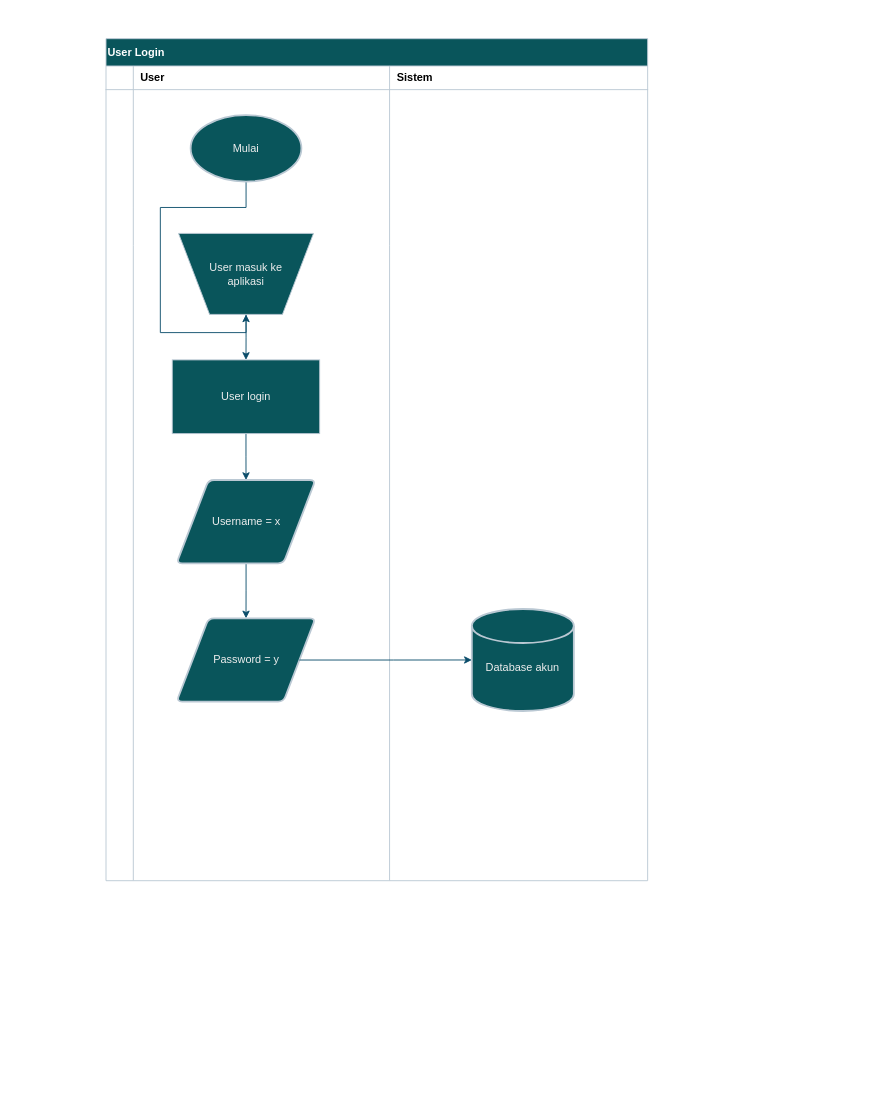
Above: loginUser.drawio in shinoaaa/drawio (draw.io), before the change. Source tidied: cells renumbered, new cells numbered last; positions are measured from the earlier drawing's top-left corner, leaving out a move shared by most shapes. Both pictures are drawn from the tidied source at 91%, with x=0, y=0 at pixel (106, 38).
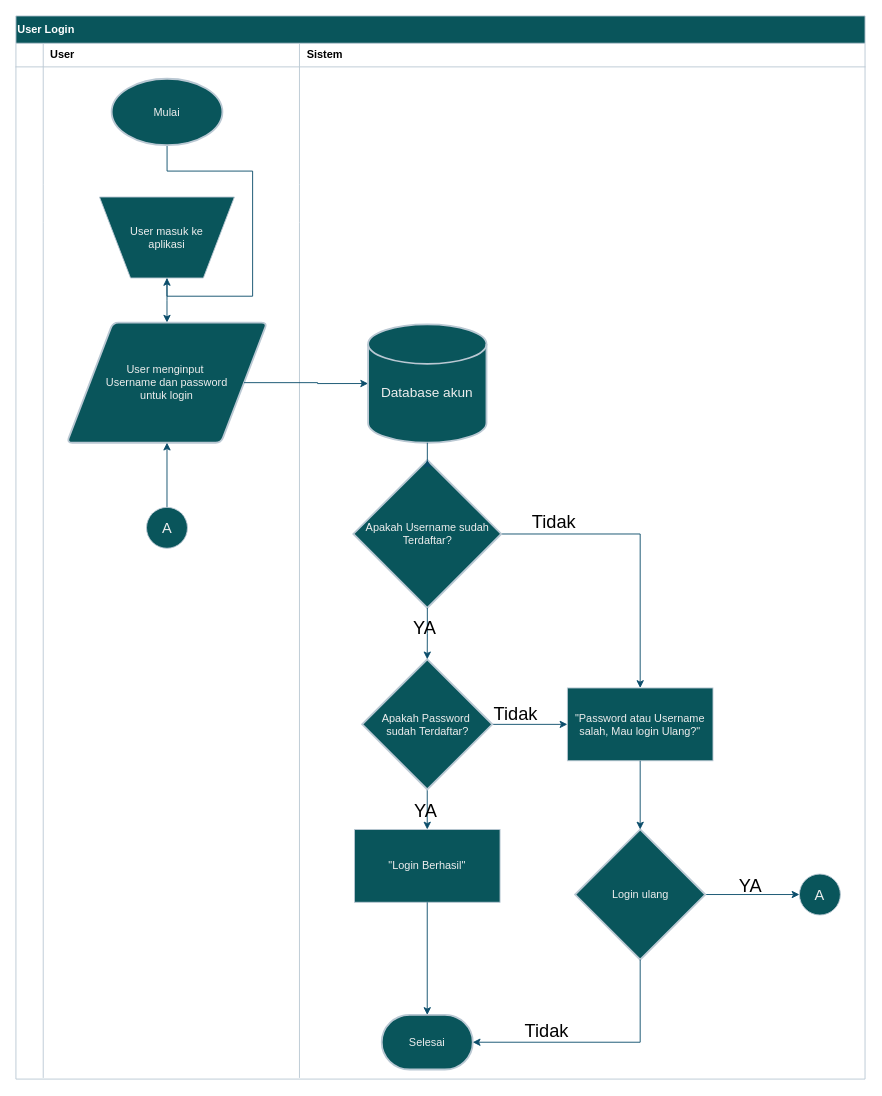
The same page after the edit.

The edit, as a diff of the source:
```diff
@@
     <mxCell id="2" value="&lt;font style=&quot;color: light-dark(rgb(255, 255, 255), rgb(255, 255, 255));&quot;&gt;User Login&lt;/font&gt;" style="shape=table;startSize=30;childLayout=tableLayout;rowLines=0;fontStyle=1;align=left;html=1;strokeColor=#BAC8D3;fontColor=#EEEEEE;fillColor=#09555B;labelBackgroundColor=none;" parent="1" vertex="1">
-      <mxGeometry width="595.2" height="925.3" as="geometry" />
+      <mxGeometry x="-99" y="-25" width="933.1" height="1168.3" as="geometry" />
     </mxCell>
     <mxCell id="3" style="shape=tableRow;horizontal=0;startSize=0;swimlaneHead=0;swimlaneBody=0;fillColor=none;top=0;left=0;right=0;bottom=1;strokeColor=#BAC8D3;fontColor=#EEEEEE;labelBackgroundColor=none;" parent="2" vertex="1">
-      <mxGeometry y="30" width="595.2" height="26" as="geometry" />
+      <mxGeometry y="30" width="933.1" height="26" as="geometry" />
     </mxCell>
@@
     <mxCell id="6" value="&lt;font style=&quot;color: light-dark(rgb(0, 0, 0), rgb(0, 0, 0));&quot;&gt;Sistem&lt;/font&gt;" style="shape=partialRectangle;fillColor=none;top=0;left=0;bottom=0;right=0;align=left;spacingLeft=6;fontStyle=1;overflow=hidden;whiteSpace=wrap;html=1;strokeColor=#BAC8D3;fontColor=#EEEEEE;labelBackgroundColor=none;" parent="3" vertex="1">
-      <mxGeometry x="311.6" width="283.6" height="26" as="geometry" />
+      <mxGeometry x="311.6" width="621.5" height="26" as="geometry" />
     </mxCell>
     <mxCell id="7" style="shape=tableRow;horizontal=0;startSize=0;swimlaneHead=0;swimlaneBody=0;fillColor=none;top=0;left=0;right=0;bottom=0;strokeColor=#BAC8D3;fontColor=#EEEEEE;labelBackgroundColor=none;" parent="2" vertex="1">
-      <mxGeometry y="56" width="595.2" height="129" as="geometry" />
+      <mxGeometry y="56" width="933.1" height="129" as="geometry" />
     </mxCell>
@@
     <mxCell id="10" style="shape=partialRectangle;fillColor=none;top=0;left=0;bottom=0;right=0;align=left;spacingLeft=6;overflow=hidden;whiteSpace=wrap;html=1;strokeColor=#BAC8D3;fontColor=#EEEEEE;labelBackgroundColor=none;" parent="7" vertex="1">
-      <mxGeometry x="311.6" width="283.6" height="129" as="geometry" />
+      <mxGeometry x="311.6" width="621.5" height="129" as="geometry" />
     </mxCell>
     <mxCell id="11" style="shape=tableRow;horizontal=0;startSize=0;swimlaneHead=0;swimlaneBody=0;fillColor=none;top=0;left=0;right=0;bottom=0;strokeColor=#BAC8D3;fontColor=#EEEEEE;labelBackgroundColor=none;" parent="2" vertex="1">
-      <mxGeometry y="185" width="595.2" height="42" as="geometry" />
+      <mxGeometry y="185" width="933.1" height="42" as="geometry" />
     </mxCell>
@@
     <mxCell id="14" style="shape=partialRectangle;fillColor=none;top=0;left=0;bottom=0;right=0;align=left;spacingLeft=6;overflow=hidden;whiteSpace=wrap;html=1;strokeColor=#BAC8D3;fontColor=#EEEEEE;labelBackgroundColor=none;" parent="11" vertex="1">
-      <mxGeometry x="311.6" width="283.6" height="42" as="geometry" />
+      <mxGeometry x="311.6" width="621.5" height="42" as="geometry" />
     </mxCell>
     <mxCell id="15" style="shape=tableRow;horizontal=0;startSize=0;swimlaneHead=0;swimlaneBody=0;fillColor=none;top=0;left=0;right=0;bottom=0;strokeColor=#BAC8D3;fontColor=#EEEEEE;labelBackgroundColor=none;" parent="2" vertex="1">
-      <mxGeometry y="227" width="595.2" height="698" as="geometry" />
+      <mxGeometry y="227" width="933.1" height="940" as="geometry" />
     </mxCell>
     <mxCell id="16" style="shape=partialRectangle;fillColor=none;top=0;left=0;bottom=0;right=0;overflow=hidden;whiteSpace=wrap;html=1;strokeColor=#BAC8D3;fontColor=#EEEEEE;labelBackgroundColor=none;" parent="15" vertex="1">
-      <mxGeometry width="30" height="698" as="geometry" />
+      <mxGeometry width="30" height="940" as="geometry" />
     </mxCell>
     <mxCell id="17" style="shape=partialRectangle;fillColor=none;top=0;left=0;bottom=0;right=0;align=left;spacingLeft=6;overflow=hidden;whiteSpace=wrap;html=1;strokeColor=#BAC8D3;fontColor=#EEEEEE;labelBackgroundColor=none;" parent="15" vertex="1">
-      <mxGeometry x="30" width="281.6" height="698" as="geometry" />
+      <mxGeometry x="30" width="281.6" height="940" as="geometry" />
     </mxCell>
     <mxCell id="18" style="shape=partialRectangle;fillColor=none;top=0;left=0;bottom=0;right=0;align=left;spacingLeft=6;overflow=hidden;whiteSpace=wrap;html=1;strokeColor=#BAC8D3;fontColor=#EEEEEE;labelBackgroundColor=none;" parent="15" vertex="1">
-      <mxGeometry x="311.6" width="283.6" height="698" as="geometry" />
+      <mxGeometry x="311.6" width="621.5" height="940" as="geometry" />
     </mxCell>
@@
     <mxCell id="20" value="Mulai" style="strokeWidth=2;html=1;shape=mxgraph.flowchart.start_1;whiteSpace=wrap;strokeColor=#BAC8D3;fontColor=#EEEEEE;fillColor=#09555B;" parent="1" vertex="1">
-      <mxGeometry x="93" y="84" width="121.7" height="73" as="geometry" />
+      <mxGeometry x="6.2" y="44" width="121.7" height="73" as="geometry" />
     </mxCell>
-    <mxCell id="21" style="edgeStyle=orthogonalEdgeStyle;rounded=0;jettySize=auto;html=1;entryX=0.5;entryY=0;entryDx=0;entryDy=0;strokeColor=#0B4D6A;" parent="1" edge="1" source="22" target="24">
-      <mxGeometry relative="1" as="geometry" />
-    </mxCell>
+    <mxCell id="30" style="edgeStyle=orthogonalEdgeStyle;rounded=0;jettySize=auto;html=1;entryX=0.5;entryY=0;entryDx=0;entryDy=0;strokeColor=#0B4D6A;" parent="1" edge="1" source="22" target="26">
+      <mxGeometry relative="1" as="geometry" />
+    </mxCell>
     <mxCell id="22" value="User masuk ke&lt;div&gt;aplikasi&lt;/div&gt;" style="verticalLabelPosition=middle;verticalAlign=middle;html=1;shape=trapezoid;perimeter=trapezoidPerimeter;whiteSpace=wrap;size=0.23;arcSize=10;flipV=1;labelPosition=center;align=center;legacyAnchorPoints=0;strokeColor=#BAC8D3;fontColor=#EEEEEE;fillColor=#09555B;" parent="1" vertex="1">
-      <mxGeometry x="79.7" y="214" width="148.3" height="89" as="geometry" />
+      <mxGeometry x="-7.2" y="174" width="148.3" height="89" as="geometry" />
     </mxCell>
-    <mxCell id="23" style="edgeStyle=orthogonalEdgeStyle;rounded=0;jettySize=auto;html=1;entryX=0.5;entryY=0;entryDx=0;entryDy=0;strokeColor=#0B4D6A;" parent="1" edge="1" source="24" target="26">
-      <mxGeometry relative="1" as="geometry" />
-    </mxCell>
-    <mxCell id="24" value="User login" style="rounded=0;whiteSpace=wrap;html=1;strokeColor=#BAC8D3;fontColor=#EEEEEE;fillColor=#09555B;" parent="1" vertex="1">
-      <mxGeometry x="72.8" y="353" width="162" height="81" as="geometry" />
-    </mxCell>
-    <mxCell id="25" style="edgeStyle=orthogonalEdgeStyle;rounded=0;jettySize=auto;html=1;entryX=0.5;entryY=0;entryDx=0;entryDy=0;strokeColor=#0B4D6A;" parent="1" edge="1" source="26" target="27">
-      <mxGeometry relative="1" as="geometry" />
-    </mxCell>
-    <mxCell id="26" value="Username = x" style="shape=parallelogram;html=1;strokeWidth=2;perimeter=parallelogramPerimeter;whiteSpace=wrap;rounded=1;arcSize=12;size=0.23;strokeColor=#BAC8D3;fontColor=#EEEEEE;fillColor=#09555B;" parent="1" vertex="1">
-      <mxGeometry x="77.6" y="485" width="152.5" height="91.5" as="geometry" />
+    <mxCell id="26" value="User menginput&amp;nbsp;&lt;div&gt;Username dan password&lt;/div&gt;&lt;div&gt;untuk login&lt;/div&gt;" style="shape=parallelogram;html=1;strokeWidth=2;perimeter=parallelogramPerimeter;whiteSpace=wrap;rounded=1;arcSize=12;size=0.23;strokeColor=#BAC8D3;fontColor=#EEEEEE;fillColor=#09555B;" parent="1" vertex="1">
+      <mxGeometry x="-43" y="312" width="220" height="132" as="geometry" />
     </mxCell>
-    <mxCell id="27" value="Password = y" style="shape=parallelogram;html=1;strokeWidth=2;perimeter=parallelogramPerimeter;whiteSpace=wrap;rounded=1;arcSize=12;size=0.23;strokeColor=#BAC8D3;fontColor=#EEEEEE;fillColor=#09555B;" parent="1" vertex="1">
-      <mxGeometry x="77.6" y="637" width="152.5" height="91.5" as="geometry" />
-    </mxCell>
-    <mxCell id="28" value="&lt;div&gt;&lt;br&gt;&lt;/div&gt;Database akun" style="strokeWidth=2;html=1;shape=mxgraph.flowchart.database;whiteSpace=wrap;strokeColor=#BAC8D3;fontColor=#EEEEEE;fillColor=#09555B;" parent="1" vertex="1">
-      <mxGeometry x="402" y="626.7" width="112.1" height="112.1" as="geometry" />
+    <mxCell id="28" value="&lt;div&gt;&lt;br&gt;&lt;/div&gt;Database akun" style="strokeWidth=2;html=1;shape=mxgraph.flowchart.database;whiteSpace=wrap;strokeColor=#BAC8D3;fontColor=#EEEEEE;fillColor=#09555B;fontSize=15;" parent="1" vertex="1">
+      <mxGeometry x="288" y="313.9" width="130.1" height="130.1" as="geometry" />
     </mxCell>
-    <mxCell id="29" style="edgeStyle=orthogonalEdgeStyle;rounded=0;jettySize=auto;html=1;entryX=0;entryY=0.5;entryDx=0;entryDy=0;entryPerimeter=0;strokeColor=#0B4D6A;" parent="1" edge="1" source="27" target="28">
-      <mxGeometry relative="1" as="geometry" />
-    </mxCell>
+    <mxCell id="31" style="edgeStyle=orthogonalEdgeStyle;rounded=0;jettySize=auto;html=1;entryX=0;entryY=0.5;entryDx=0;entryDy=0;entryPerimeter=0;strokeColor=#0B4D6A;" parent="1" edge="1" source="26" target="28">
+      <mxGeometry relative="1" as="geometry" />
+    </mxCell>
+    <mxCell id="32" style="edgeStyle=orthogonalEdgeStyle;rounded=0;jettySize=auto;html=1;entryX=0.5;entryY=0;entryDx=0;entryDy=0;strokeColor=#0B4D6A;" parent="1" edge="1" source="33" target="48">
+      <mxGeometry relative="1" as="geometry" />
+    </mxCell>
+    <mxCell id="33" value="Apakah Username sudah&lt;div&gt;Terdaftar?&lt;/div&gt;" style="strokeWidth=2;html=1;shape=mxgraph.flowchart.decision;whiteSpace=wrap;strokeColor=#BAC8D3;fontColor=#EEEEEE;fillColor=#09555B;" parent="1" vertex="1">
+      <mxGeometry x="271.8" y="463" width="162.5" height="162.5" as="geometry" />
+    </mxCell>
+    <mxCell id="34" style="edgeStyle=orthogonalEdgeStyle;rounded=0;jettySize=auto;html=1;entryX=0.5;entryY=0;entryDx=0;entryDy=0;entryPerimeter=0;strokeColor=#0B4D6A;" parent="1" edge="1" source="28" target="33">
+      <mxGeometry relative="1" as="geometry" />
+    </mxCell>
+    <mxCell id="35" style="edgeStyle=orthogonalEdgeStyle;rounded=0;jettySize=auto;html=1;entryX=0.5;entryY=0;entryDx=0;entryDy=0;strokeColor=#0B4D6A;" parent="1" edge="1" source="37" target="45">
+      <mxGeometry relative="1" as="geometry" />
+    </mxCell>
+    <mxCell id="36" style="edgeStyle=orthogonalEdgeStyle;rounded=0;jettySize=auto;html=1;entryX=0;entryY=0.5;entryDx=0;entryDy=0;strokeColor=#0B4D6A;" parent="1" edge="1" source="37" target="48">
+      <mxGeometry relative="1" as="geometry" />
+    </mxCell>
+    <mxCell id="37" value="Apakah Password&amp;nbsp;&lt;div&gt;sudah&amp;nbsp;&lt;span style=&quot;background-color: transparent; color: light-dark(rgb(238, 238, 238), rgb(32, 32, 32));&quot;&gt;Terdaftar?&lt;/span&gt;&lt;/div&gt;" style="strokeWidth=2;html=1;shape=mxgraph.flowchart.decision;whiteSpace=wrap;strokeColor=#BAC8D3;fontColor=#EEEEEE;fillColor=#09555B;" parent="1" vertex="1">
+      <mxGeometry x="281.5" y="682" width="143" height="143" as="geometry" />
+    </mxCell>
+    <mxCell id="38" style="edgeStyle=orthogonalEdgeStyle;rounded=0;jettySize=auto;html=1;entryX=0.5;entryY=0;entryDx=0;entryDy=0;entryPerimeter=0;strokeColor=#0B4D6A;" parent="1" edge="1" source="33" target="37">
+      <mxGeometry relative="1" as="geometry" />
+    </mxCell>
+    <mxCell id="39" value="&lt;font style=&quot;color: light-dark(rgb(0, 0, 0), rgb(0, 0, 0));&quot;&gt;YA&lt;/font&gt;" style="edgeLabel;html=1;align=center;verticalAlign=middle;strokeColor=#BAC8D3;fontColor=light-dark(#EEEEEE,#000000);fillColor=#09555B;labelBackgroundColor=none;fontSize=20;" parent="38" vertex="1">
+      <mxGeometry x="-0.08" y="3" relative="1" as="geometry">
+        <mxPoint x="351" y="278" as="offset" />
+      </mxGeometry>
+    </mxCell>
+    <mxCell id="40" value="&lt;font style=&quot;color: light-dark(rgb(0, 0, 0), rgb(6, 6, 6));&quot;&gt;Tidak&lt;/font&gt;" style="edgeLabel;html=1;align=center;verticalAlign=middle;strokeColor=#BAC8D3;fontColor=light-dark(#EEEEEE,#000000);fillColor=#09555B;labelBackgroundColor=none;fontSize=20;" parent="38" vertex="1">
+      <mxGeometry x="-0.08" y="3" relative="1" as="geometry">
+        <mxPoint x="127" y="438" as="offset" />
+      </mxGeometry>
+    </mxCell>
+    <mxCell id="41" value="&lt;font style=&quot;color: light-dark(rgb(0, 0, 0), rgb(0, 0, 0));&quot;&gt;YA&lt;/font&gt;" style="edgeLabel;html=1;align=center;verticalAlign=middle;strokeColor=#BAC8D3;fontColor=light-dark(#EEEEEE,#000000);fillColor=#09555B;labelBackgroundColor=none;fontSize=20;" parent="38" vertex="1">
+      <mxGeometry x="-0.08" y="3" relative="1" as="geometry">
+        <mxPoint x="-6" y="196" as="offset" />
+      </mxGeometry>
+    </mxCell>
+    <mxCell id="42" value="&lt;font style=&quot;color: light-dark(rgb(0, 0, 0), rgb(6, 6, 6));&quot;&gt;Tidak&lt;/font&gt;" style="edgeLabel;html=1;align=center;verticalAlign=middle;strokeColor=#BAC8D3;fontColor=light-dark(#EEEEEE,#000000);fillColor=#09555B;labelBackgroundColor=none;fontSize=20;" parent="38" vertex="1">
+      <mxGeometry x="-0.08" y="3" relative="1" as="geometry">
+        <mxPoint x="93" y="89" as="offset" />
+      </mxGeometry>
+    </mxCell>
+    <mxCell id="43" value="&lt;font style=&quot;color: light-dark(rgb(0, 0, 0), rgb(0, 0, 0));&quot;&gt;YA&lt;/font&gt;" style="edgeLabel;html=1;align=center;verticalAlign=middle;strokeColor=#BAC8D3;fontColor=light-dark(#EEEEEE,#000000);fillColor=#09555B;labelBackgroundColor=none;fontSize=20;" parent="38" vertex="1">
+      <mxGeometry x="-0.08" y="3" relative="1" as="geometry">
+        <mxPoint x="-7" y="-5" as="offset" />
+      </mxGeometry>
+    </mxCell>
+    <mxCell id="44" value="&lt;font style=&quot;color: light-dark(rgb(0, 0, 0), rgb(6, 6, 6));&quot;&gt;Tidak&lt;/font&gt;" style="edgeLabel;html=1;align=center;verticalAlign=middle;strokeColor=#BAC8D3;fontColor=light-dark(#EEEEEE,#000000);fillColor=#09555B;labelBackgroundColor=none;fontSize=20;" parent="38" vertex="1">
+      <mxGeometry x="-0.08" y="3" relative="1" as="geometry">
+        <mxPoint x="135" y="-122" as="offset" />
+      </mxGeometry>
+    </mxCell>
+    <mxCell id="45" value="&quot;Login Berhasil&quot;" style="rounded=0;whiteSpace=wrap;html=1;strokeColor=#BAC8D3;fontColor=#EEEEEE;fillColor=#09555B;" parent="1" vertex="1">
+      <mxGeometry x="273" y="869" width="160" height="80" as="geometry" />
+    </mxCell>
+    <mxCell id="46" value="Selesai" style="strokeWidth=2;html=1;shape=mxgraph.flowchart.terminator;whiteSpace=wrap;strokeColor=#BAC8D3;fontColor=#EEEEEE;fillColor=#09555B;" parent="1" vertex="1">
+      <mxGeometry x="303" y="1072.8" width="100" height="60" as="geometry" />
+    </mxCell>
+    <mxCell id="47" style="edgeStyle=orthogonalEdgeStyle;rounded=0;jettySize=auto;html=1;entryX=0.5;entryY=0;entryDx=0;entryDy=0;entryPerimeter=0;strokeColor=#0B4D6A;" parent="1" edge="1" source="45" target="46">
+      <mxGeometry relative="1" as="geometry" />
+    </mxCell>
+    <mxCell id="48" value="&quot;Password atau Username salah, Mau login Ulang?&quot;" style="rounded=0;whiteSpace=wrap;html=1;strokeColor=#BAC8D3;fontColor=#EEEEEE;fillColor=#09555B;" parent="1" vertex="1">
+      <mxGeometry x="507" y="713.5" width="160" height="80" as="geometry" />
+    </mxCell>
+    <mxCell id="49" style="edgeStyle=orthogonalEdgeStyle;rounded=0;jettySize=auto;html=1;entryX=0;entryY=0.5;entryDx=0;entryDy=0;strokeColor=#0B4D6A;" parent="1" edge="1" source="50" target="53">
+      <mxGeometry relative="1" as="geometry" />
+    </mxCell>
+    <mxCell id="50" value="Login ulang" style="strokeWidth=2;html=1;shape=mxgraph.flowchart.decision;whiteSpace=wrap;strokeColor=#BAC8D3;fontColor=#EEEEEE;fillColor=#09555B;" parent="1" vertex="1">
+      <mxGeometry x="515.5" y="869" width="143" height="143" as="geometry" />
+    </mxCell>
+    <mxCell id="51" style="edgeStyle=orthogonalEdgeStyle;rounded=0;jettySize=auto;html=1;entryX=0.5;entryY=0;entryDx=0;entryDy=0;entryPerimeter=0;strokeColor=#0B4D6A;" parent="1" edge="1" source="48" target="50">
+      <mxGeometry relative="1" as="geometry" />
+    </mxCell>
+    <mxCell id="52" style="edgeStyle=orthogonalEdgeStyle;rounded=0;jettySize=auto;html=1;entryX=1;entryY=0.5;entryDx=0;entryDy=0;entryPerimeter=0;strokeColor=#0B4D6A;" parent="1" edge="1" source="50" target="46">
+      <mxGeometry relative="1" as="geometry">
+        <Array as="points">
+          <mxPoint x="587" y="1103" />
+        </Array>
+      </mxGeometry>
+    </mxCell>
+    <mxCell id="53" value="A" style="ellipse;whiteSpace=wrap;html=1;strokeColor=#BAC8D3;fontColor=#EEEEEE;fillColor=#09555B;fontSize=16;" parent="1" vertex="1">
+      <mxGeometry x="762" y="918" width="45" height="45" as="geometry" />
+    </mxCell>
+    <mxCell id="54" style="edgeStyle=orthogonalEdgeStyle;rounded=0;jettySize=auto;html=1;entryX=0.5;entryY=1;entryDx=0;entryDy=0;strokeColor=#0B4D6A;" parent="1" edge="1" source="55" target="26">
+      <mxGeometry relative="1" as="geometry" />
+    </mxCell>
+    <mxCell id="55" value="A" style="ellipse;whiteSpace=wrap;html=1;strokeColor=#BAC8D3;fontColor=#EEEEEE;fillColor=#09555B;fontSize=16;" parent="1" vertex="1">
+      <mxGeometry x="44.5" y="515" width="45" height="45" as="geometry" />
+    </mxCell>
```
